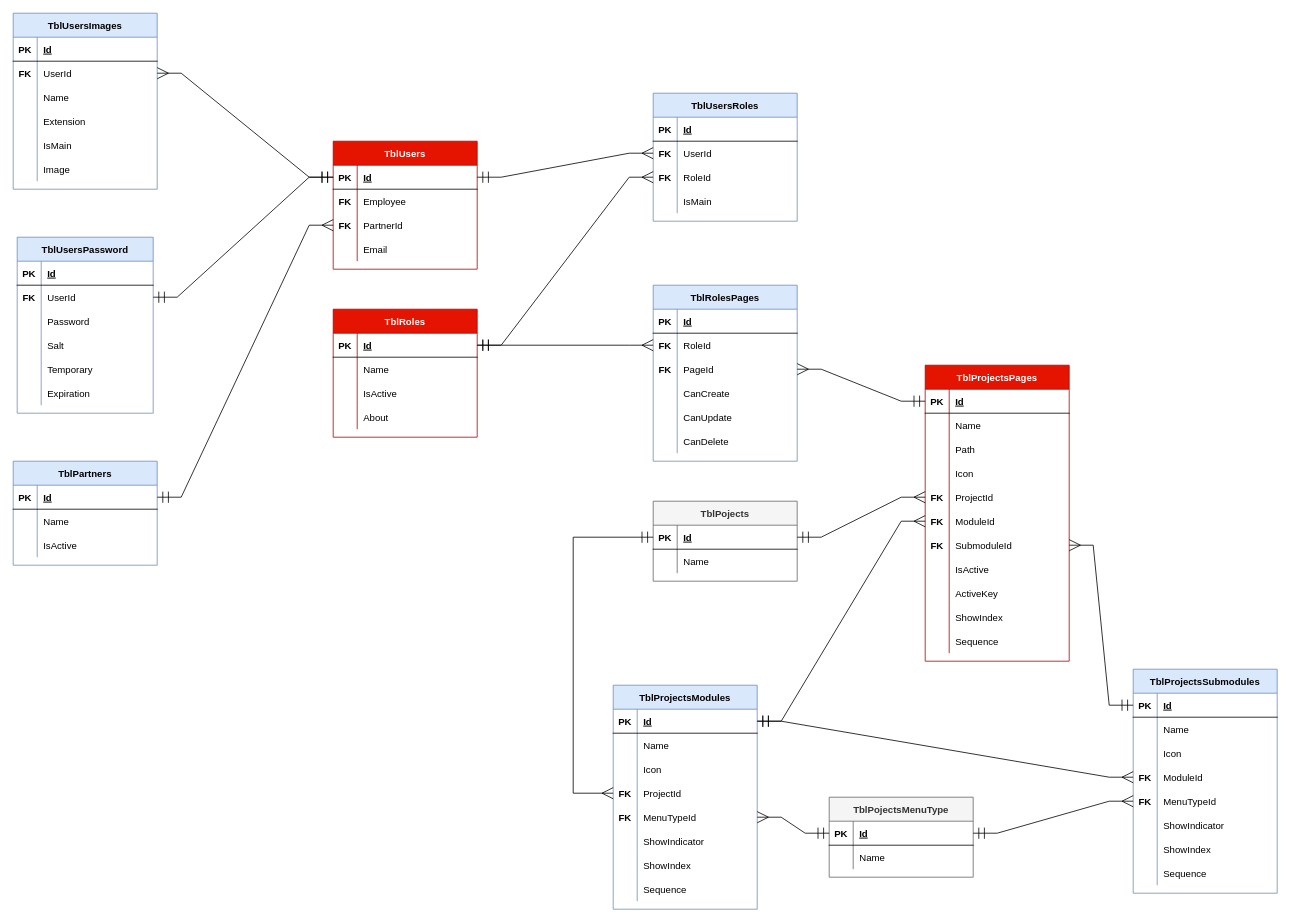
Before: page "User-Roles" (1 of 3) of CORE.DATABASE/Core.drawio in coer91/Testing, a draw.io diagram. Source tidied: cells renumbered, new cells numbered last; positions are measured from the earlier drawing's top-left corner, leaving out a move shared by most shapes. Both pictures are drawn from the tidied source at 80%, with x=0, y=0 at pixel (13, 13).
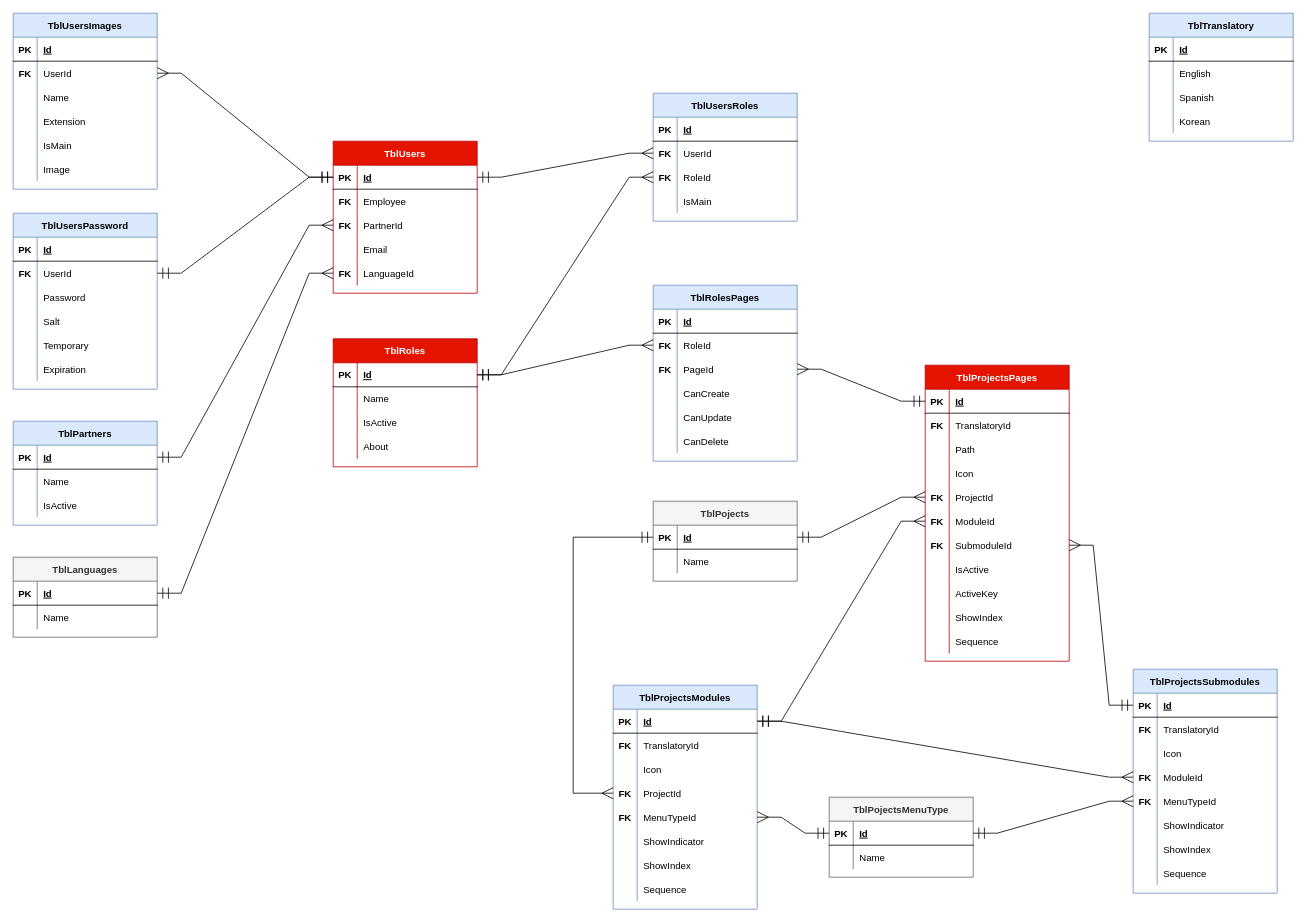
The same page after the edit.

Unchanged cells that the change refers to:
```xml
<mxCell id="66" style="shape=tableRow;horizontal=0;startSize=0;swimlaneHead=0;swimlaneBody=0;fillColor=none;top=0;left=0;right=0;bottom=0;" parent="62" vertex="1">
  <mxGeometry y="60" width="180" height="30" as="geometry" />
</mxCell>
<mxCell id="121" style="shape=tableRow;horizontal=0;startSize=0;swimlaneHead=0;swimlaneBody=0;fillColor=none;top=0;left=0;right=0;bottom=0;" parent="117" vertex="1">
  <mxGeometry y="60" width="180" height="30" as="geometry" />
</mxCell>
<mxCell id="147" style="shape=tableRow;horizontal=0;startSize=0;swimlaneHead=0;swimlaneBody=0;fillColor=none;top=0;left=0;right=0;bottom=0;" parent="143" vertex="1">
  <mxGeometry y="60" width="180" height="30" as="geometry" />
</mxCell>
```

Diff of the diagram source:
```diff
@@
     <mxCell id="21" value="TblUsers" style="shape=table;startSize=30;childLayout=tableLayout;rowLines=0;fontStyle=1;align=center;fillColor=#e51400;strokeColor=#B20000;fillStyle=solid;swimlaneLine=1;fontColor=#ffffff;" parent="1" vertex="1">
-      <mxGeometry x="400" y="160" width="180" height="160" as="geometry" />
+      <mxGeometry x="400" y="160" width="180" height="190" as="geometry" />
     </mxCell>
@@
+    <mxCell id="220" style="shape=tableRow;horizontal=0;startSize=0;swimlaneHead=0;swimlaneBody=0;fillColor=none;points=[[0,0.5],[1,0.5]];portConstraint=eastwest;top=0;left=0;right=0;bottom=0;" parent="21" vertex="1">
+      <mxGeometry y="150" width="180" height="30" as="geometry" />
+    </mxCell>
+    <mxCell id="221" value="FK" style="shape=partialRectangle;fillColor=none;top=0;left=0;bottom=0;right=0;overflow=hidden;fontStyle=1;" parent="220" vertex="1">
+      <mxGeometry width="30" height="30" as="geometry" />
+    </mxCell>
+    <mxCell id="222" value="LanguageId" style="shape=partialRectangle;fillColor=none;top=0;left=0;bottom=0;right=0;align=left;spacingLeft=6;overflow=hidden;" parent="220" vertex="1">
+      <mxGeometry x="30" width="150" height="30" as="geometry" />
+    </mxCell>
@@
     <mxCell id="47" value="TblRoles" style="shape=table;startSize=30;childLayout=tableLayout;rowLines=0;fontStyle=1;align=center;fillColor=#e51400;strokeColor=#B20000;fontColor=#ffffff;" parent="1" vertex="1">
-      <mxGeometry x="400" y="370" width="180" height="160" as="geometry" />
+      <mxGeometry x="400" y="407" width="180" height="160" as="geometry" />
     </mxCell>
@@
-    <mxCell id="67" style="shape=partialRectangle;fillColor=none;top=0;left=0;bottom=0;right=0;overflow=hidden;fontStyle=1;" parent="66" vertex="1">
+    <mxCell id="67" value="FK" style="shape=partialRectangle;fillColor=none;top=0;left=0;bottom=0;right=0;overflow=hidden;fontStyle=1;" parent="66" vertex="1">
       <mxGeometry width="30" height="30" as="geometry" />
     </mxCell>
-    <mxCell id="68" value="Name" style="shape=partialRectangle;fillColor=none;top=0;left=0;bottom=0;right=0;align=left;spacingLeft=6;overflow=hidden;" parent="66" vertex="1">
+    <mxCell id="68" value="TranslatoryId" style="shape=partialRectangle;fillColor=none;top=0;left=0;bottom=0;right=0;align=left;spacingLeft=6;overflow=hidden;" parent="66" vertex="1">
       <mxGeometry x="30" width="150" height="30" as="geometry" />
     </mxCell>
@@
-    <mxCell id="122" style="shape=partialRectangle;fillColor=none;top=0;left=0;bottom=0;right=0;overflow=hidden;fontStyle=1;" parent="121" vertex="1">
+    <mxCell id="122" value="FK" style="shape=partialRectangle;fillColor=none;top=0;left=0;bottom=0;right=0;overflow=hidden;fontStyle=1;" parent="121" vertex="1">
       <mxGeometry width="30" height="30" as="geometry" />
     </mxCell>
-    <mxCell id="123" value="Name" style="shape=partialRectangle;fillColor=none;top=0;left=0;bottom=0;right=0;align=left;spacingLeft=6;overflow=hidden;" parent="121" vertex="1">
+    <mxCell id="123" value="TranslatoryId" style="shape=partialRectangle;fillColor=none;top=0;left=0;bottom=0;right=0;align=left;spacingLeft=6;overflow=hidden;" parent="121" vertex="1">
       <mxGeometry x="30" width="150" height="30" as="geometry" />
     </mxCell>
@@
-    <mxCell id="148" style="shape=partialRectangle;fillColor=none;top=0;left=0;bottom=0;right=0;overflow=hidden;fontStyle=1;" parent="147" vertex="1">
+    <mxCell id="148" value="FK" style="shape=partialRectangle;fillColor=none;top=0;left=0;bottom=0;right=0;overflow=hidden;fontStyle=1;" parent="147" vertex="1">
       <mxGeometry width="30" height="30" as="geometry" />
     </mxCell>
-    <mxCell id="149" value="Name" style="shape=partialRectangle;fillColor=none;top=0;left=0;bottom=0;right=0;align=left;spacingLeft=6;overflow=hidden;" parent="147" vertex="1">
+    <mxCell id="149" value="TranslatoryId" style="shape=partialRectangle;fillColor=none;top=0;left=0;bottom=0;right=0;align=left;spacingLeft=6;overflow=hidden;" parent="147" vertex="1">
       <mxGeometry x="30" width="150" height="30" as="geometry" />
     </mxCell>
@@
     <mxCell id="185" value="TblUsersPassword" style="shape=table;startSize=30;childLayout=tableLayout;rowLines=0;fontStyle=1;align=center;fillColor=#dae8fc;strokeColor=#6c8ebf;" parent="1" vertex="1">
-      <mxGeometry x="5" y="280" width="170" height="220" as="geometry" />
+      <mxGeometry y="250" width="180" height="220" as="geometry" />
     </mxCell>
     <mxCell id="186" style="shape=tableRow;horizontal=0;startSize=0;swimlaneHead=0;swimlaneBody=0;fillColor=none;top=0;left=0;right=0;bottom=1;" parent="185" vertex="1">
-      <mxGeometry y="30" width="170" height="30" as="geometry" />
+      <mxGeometry y="30" width="180" height="30" as="geometry" />
     </mxCell>
@@
     <mxCell id="188" value="Id" style="shape=partialRectangle;fillColor=none;top=0;left=0;bottom=0;right=0;align=left;spacingLeft=6;fontStyle=5;overflow=hidden;" parent="186" vertex="1">
-      <mxGeometry x="30" width="140" height="30" as="geometry" />
+      <mxGeometry x="30" width="150" height="30" as="geometry" />
     </mxCell>
     <mxCell id="189" style="shape=tableRow;horizontal=0;startSize=0;swimlaneHead=0;swimlaneBody=0;fillColor=none;points=[[0,0.5],[1,0.5]];portConstraint=eastwest;top=0;left=0;right=0;bottom=0;" parent="185" vertex="1">
-      <mxGeometry y="60" width="170" height="30" as="geometry" />
+      <mxGeometry y="60" width="180" height="30" as="geometry" />
     </mxCell>
@@
     <mxCell id="191" value="UserId" style="shape=partialRectangle;fillColor=none;top=0;left=0;bottom=0;right=0;align=left;spacingLeft=6;overflow=hidden;" parent="189" vertex="1">
-      <mxGeometry x="30" width="140" height="30" as="geometry" />
+      <mxGeometry x="30" width="150" height="30" as="geometry" />
     </mxCell>
     <mxCell id="192" style="shape=tableRow;horizontal=0;startSize=0;swimlaneHead=0;swimlaneBody=0;fillColor=none;top=0;left=0;right=0;bottom=0;" parent="185" vertex="1">
-      <mxGeometry y="90" width="170" height="30" as="geometry" />
+      <mxGeometry y="90" width="180" height="30" as="geometry" />
     </mxCell>
@@
     <mxCell id="194" value="Password" style="shape=partialRectangle;fillColor=none;top=0;left=0;bottom=0;right=0;align=left;spacingLeft=6;overflow=hidden;" parent="192" vertex="1">
-      <mxGeometry x="30" width="140" height="30" as="geometry" />
+      <mxGeometry x="30" width="150" height="30" as="geometry" />
     </mxCell>
     <mxCell id="195" style="shape=tableRow;horizontal=0;startSize=0;swimlaneHead=0;swimlaneBody=0;fillColor=none;top=0;left=0;right=0;bottom=0;" parent="185" vertex="1">
-      <mxGeometry y="120" width="170" height="30" as="geometry" />
+      <mxGeometry y="120" width="180" height="30" as="geometry" />
     </mxCell>
@@
     <mxCell id="197" value="Salt" style="shape=partialRectangle;fillColor=none;top=0;left=0;bottom=0;right=0;align=left;spacingLeft=6;overflow=hidden;" parent="195" vertex="1">
-      <mxGeometry x="30" width="140" height="30" as="geometry" />
+      <mxGeometry x="30" width="150" height="30" as="geometry" />
     </mxCell>
     <mxCell id="198" style="shape=tableRow;horizontal=0;startSize=0;swimlaneHead=0;swimlaneBody=0;fillColor=none;top=0;left=0;right=0;bottom=0;" parent="185" vertex="1">
-      <mxGeometry y="150" width="170" height="30" as="geometry" />
+      <mxGeometry y="150" width="180" height="30" as="geometry" />
     </mxCell>
@@
     <mxCell id="200" value="Temporary" style="shape=partialRectangle;fillColor=none;top=0;left=0;bottom=0;right=0;align=left;spacingLeft=6;overflow=hidden;" parent="198" vertex="1">
-      <mxGeometry x="30" width="140" height="30" as="geometry" />
+      <mxGeometry x="30" width="150" height="30" as="geometry" />
     </mxCell>
     <mxCell id="201" style="shape=tableRow;horizontal=0;startSize=0;swimlaneHead=0;swimlaneBody=0;fillColor=none;top=0;left=0;right=0;bottom=0;" parent="185" vertex="1">
-      <mxGeometry y="180" width="170" height="30" as="geometry" />
+      <mxGeometry y="180" width="180" height="30" as="geometry" />
     </mxCell>
@@
     <mxCell id="203" value="Expiration" style="shape=partialRectangle;fillColor=none;top=0;left=0;bottom=0;right=0;align=left;spacingLeft=6;overflow=hidden;" parent="201" vertex="1">
-      <mxGeometry x="30" width="140" height="30" as="geometry" />
+      <mxGeometry x="30" width="150" height="30" as="geometry" />
     </mxCell>
@@
     <mxCell id="205" value="TblPartners" style="shape=table;startSize=30;childLayout=tableLayout;rowLines=0;fontStyle=1;align=center;fillColor=#dae8fc;strokeColor=#6c8ebf;" parent="1" vertex="1">
-      <mxGeometry y="560" width="180" height="130" as="geometry" />
+      <mxGeometry y="510" width="180" height="130" as="geometry" />
     </mxCell>
@@
+    <mxCell id="223" value="TblLanguages" style="shape=table;startSize=30;childLayout=tableLayout;rowLines=0;fontStyle=1;align=center;fillColor=#f5f5f5;strokeColor=#666666;fontColor=#333333;" parent="1" vertex="1">
+      <mxGeometry y="680" width="180" height="100" as="geometry" />
+    </mxCell>
+    <mxCell id="224" style="shape=tableRow;horizontal=0;startSize=0;swimlaneHead=0;swimlaneBody=0;fillColor=none;points=[[0,0.5],[1,0.5]];portConstraint=eastwest;top=0;left=0;right=0;bottom=1;" parent="223" vertex="1">
+      <mxGeometry y="30" width="180" height="30" as="geometry" />
+    </mxCell>
+    <mxCell id="225" value="PK" style="shape=partialRectangle;fillColor=none;top=0;left=0;bottom=0;right=0;fontStyle=1;overflow=hidden;" parent="224" vertex="1">
+      <mxGeometry width="30" height="30" as="geometry" />
+    </mxCell>
+    <mxCell id="226" value="Id" style="shape=partialRectangle;fillColor=none;top=0;left=0;bottom=0;right=0;align=left;spacingLeft=6;fontStyle=5;overflow=hidden;" parent="224" vertex="1">
+      <mxGeometry x="30" width="150" height="30" as="geometry" />
+    </mxCell>
+    <mxCell id="227" style="shape=tableRow;horizontal=0;startSize=0;swimlaneHead=0;swimlaneBody=0;fillColor=none;top=0;left=0;right=0;bottom=0;" parent="223" vertex="1">
+      <mxGeometry y="60" width="180" height="30" as="geometry" />
+    </mxCell>
+    <mxCell id="228" style="shape=partialRectangle;fillColor=none;top=0;left=0;bottom=0;right=0;overflow=hidden;fontStyle=1;" parent="227" vertex="1">
+      <mxGeometry width="30" height="30" as="geometry" />
+    </mxCell>
+    <mxCell id="229" value="Name" style="shape=partialRectangle;fillColor=none;top=0;left=0;bottom=0;right=0;align=left;spacingLeft=6;overflow=hidden;" parent="227" vertex="1">
+      <mxGeometry x="30" width="150" height="30" as="geometry" />
+    </mxCell>
+    <mxCell id="230" value="TblTranslatory" style="shape=table;startSize=30;childLayout=tableLayout;rowLines=0;fontStyle=1;align=center;fillColor=#dae8fc;strokeColor=#6c8ebf;" parent="1" vertex="1">
+      <mxGeometry x="1420" width="180" height="160" as="geometry" />
+    </mxCell>
+    <mxCell id="231" style="shape=tableRow;horizontal=0;startSize=0;swimlaneHead=0;swimlaneBody=0;fillColor=none;top=0;left=0;right=0;bottom=1;" parent="230" vertex="1">
+      <mxGeometry y="30" width="180" height="30" as="geometry" />
+    </mxCell>
+    <mxCell id="232" value="PK" style="shape=partialRectangle;fillColor=none;top=0;left=0;bottom=0;right=0;fontStyle=1;overflow=hidden;" parent="231" vertex="1">
+      <mxGeometry width="30" height="30" as="geometry" />
+    </mxCell>
+    <mxCell id="233" value="Id" style="shape=partialRectangle;fillColor=none;top=0;left=0;bottom=0;right=0;align=left;spacingLeft=6;fontStyle=5;overflow=hidden;" parent="231" vertex="1">
+      <mxGeometry x="30" width="150" height="30" as="geometry" />
+    </mxCell>
+    <mxCell id="234" style="shape=tableRow;horizontal=0;startSize=0;swimlaneHead=0;swimlaneBody=0;fillColor=none;top=0;left=0;right=0;bottom=0;" parent="230" vertex="1">
+      <mxGeometry y="60" width="180" height="30" as="geometry" />
+    </mxCell>
+    <mxCell id="235" style="shape=partialRectangle;fillColor=none;top=0;left=0;bottom=0;right=0;overflow=hidden;fontStyle=1;" parent="234" vertex="1">
+      <mxGeometry width="30" height="30" as="geometry" />
+    </mxCell>
+    <mxCell id="236" value="English" style="shape=partialRectangle;fillColor=none;top=0;left=0;bottom=0;right=0;align=left;spacingLeft=6;overflow=hidden;" parent="234" vertex="1">
+      <mxGeometry x="30" width="150" height="30" as="geometry" />
+    </mxCell>
+    <mxCell id="237" style="shape=tableRow;horizontal=0;startSize=0;swimlaneHead=0;swimlaneBody=0;fillColor=none;top=0;left=0;right=0;bottom=0;" parent="230" vertex="1">
+      <mxGeometry y="90" width="180" height="30" as="geometry" />
+    </mxCell>
+    <mxCell id="238" style="shape=partialRectangle;fillColor=none;top=0;left=0;bottom=0;right=0;overflow=hidden;fontStyle=1;" parent="237" vertex="1">
+      <mxGeometry width="30" height="30" as="geometry" />
+    </mxCell>
+    <mxCell id="239" value="Spanish" style="shape=partialRectangle;fillColor=none;top=0;left=0;bottom=0;right=0;align=left;spacingLeft=6;overflow=hidden;" parent="237" vertex="1">
+      <mxGeometry x="30" width="150" height="30" as="geometry" />
+    </mxCell>
+    <mxCell id="240" style="shape=tableRow;horizontal=0;startSize=0;swimlaneHead=0;swimlaneBody=0;fillColor=none;top=0;left=0;right=0;bottom=0;" parent="230" vertex="1">
+      <mxGeometry y="120" width="180" height="30" as="geometry" />
+    </mxCell>
+    <mxCell id="241" style="shape=partialRectangle;fillColor=none;top=0;left=0;bottom=0;right=0;overflow=hidden;fontStyle=1;" parent="240" vertex="1">
+      <mxGeometry width="30" height="30" as="geometry" />
+    </mxCell>
+    <mxCell id="242" value="Korean" style="shape=partialRectangle;fillColor=none;top=0;left=0;bottom=0;right=0;align=left;spacingLeft=6;overflow=hidden;" parent="240" vertex="1">
+      <mxGeometry x="30" width="150" height="30" as="geometry" />
+    </mxCell>
+    <mxCell id="243" style="edgeStyle=entityRelationEdgeStyle;rounded=0;jettySize=auto;html=1;endSize=12;startSize=12;endArrow=ERmandOne;endFill=0;startArrow=ERmany;startFill=0;" parent="1" edge="1" source="220" target="224">
+      <mxGeometry relative="1" as="geometry" />
+    </mxCell>
```
